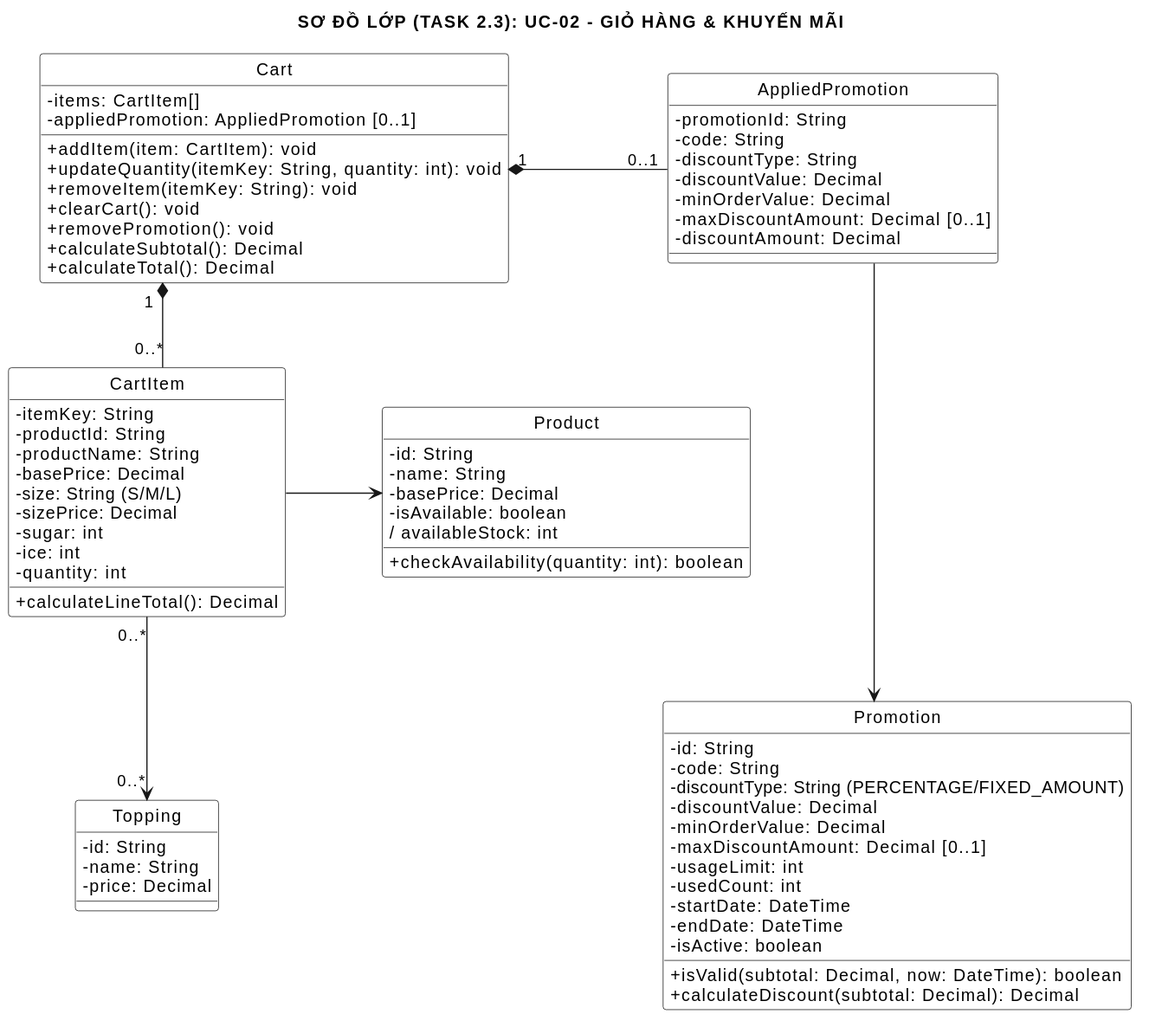
Above: docs/diagrams/class-02-cart-promotion.svg in SamuiSang/brewlite2 (PlantUML), before the change.
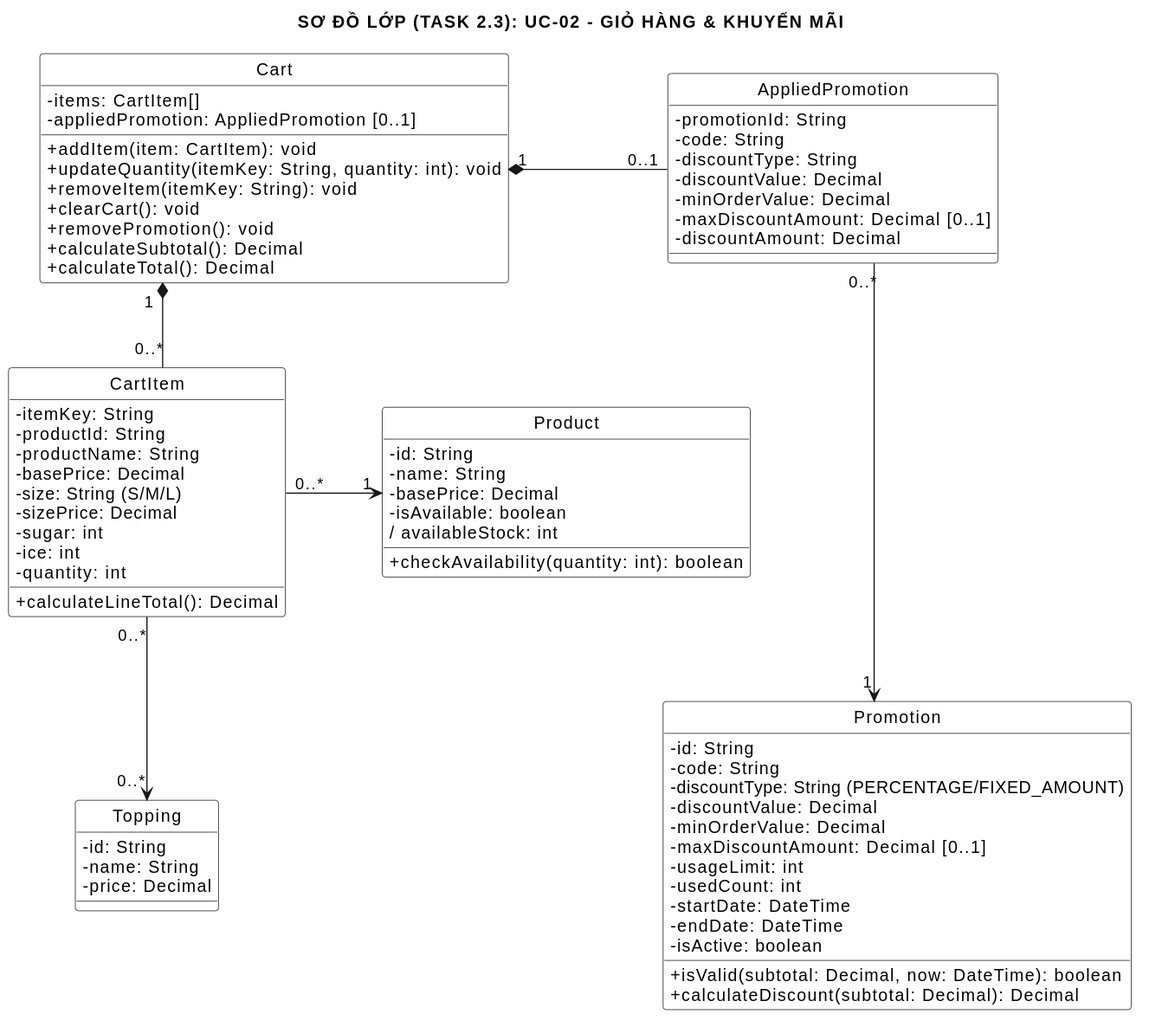
The same diagram one commit later.

The edit, as a diff of the source:
```diff
@@ -77,6 +77,6 @@
 Cart "1" *-down- "0..*" CartItem
 Cart "1" *-right- "0..1" AppliedPromotion
 CartItem "0..*" -down-> "0..*" Topping
-CartItem -right-> Product
-AppliedPromotion --down-> Promotion
+CartItem "0..*" -right-> "1" Product
+AppliedPromotion "0..*" --down-> "1" Promotion
 @enduml
```
